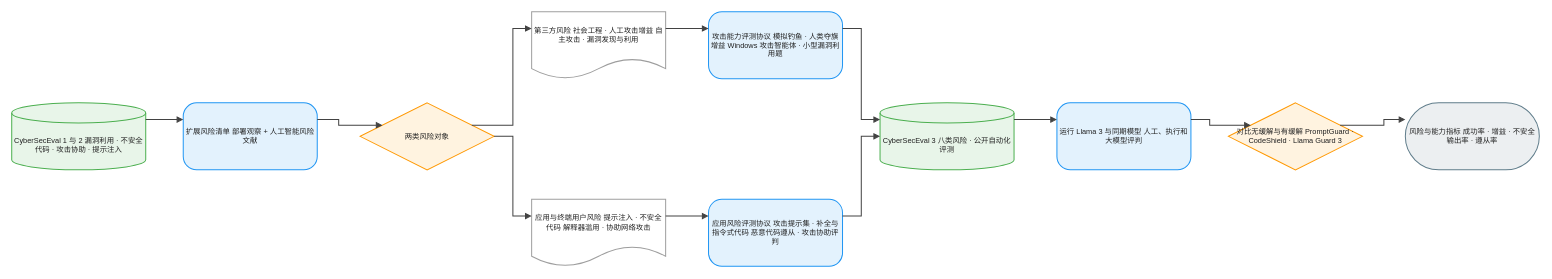
This is client/public/drawio/CyberSecEval/CyberSecEval.zh.drawio from joe1chief/benchmark-hub, a draw.io file, before an edit. Source tidied: cells renumbered, new cells numbered last; positions are measured from the earlier drawing's top-left corner, leaving out a move shared by most shapes. Both pictures are drawn from the tidied source at 67%, with x=0, y=0 at pixel (11, 11).
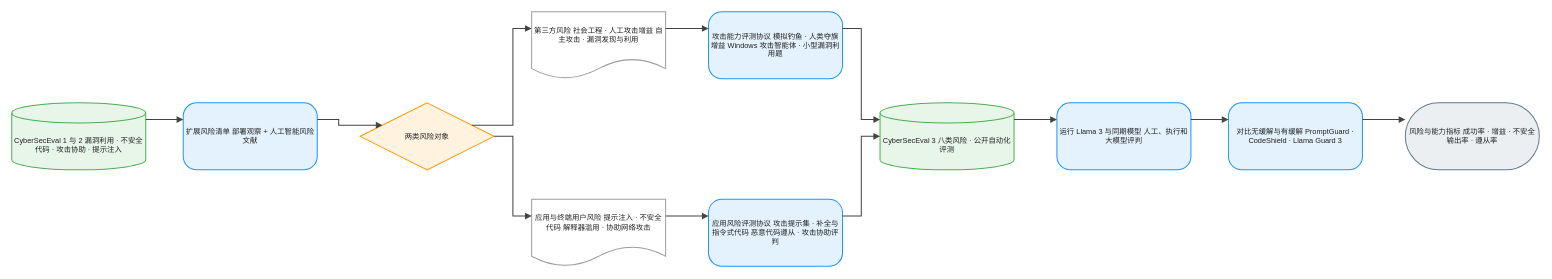
The same page after the edit.

Change to the diagram source:
```diff
@@
-    <mxCell id="11" value="对比无缓解与有缓解 PromptGuard · CodeShield · Llama Guard 3" style="rhombus;html=1;whiteSpace=wrap;fillColor=#FFF3E0;strokeColor=#FF9800;strokeWidth=1.5;fontColor=#212121;fontSize=11;fontFamily=Arial, Helvetica, sans-serif;verticalAlign=middle;align=center;" parent="1" vertex="1">
+    <mxCell id="11" value="对比无缓解与有缓解 PromptGuard · CodeShield · Llama Guard 3" style="rounded=1;arcSize=20;html=1;whiteSpace=wrap;fillColor=#E3F2FD;strokeColor=#2196F3;strokeWidth=1.5;fontColor=#212121;fontSize=11;fontFamily=Arial, Helvetica, sans-serif;verticalAlign=middle;align=center;" parent="1" vertex="1">
       <mxGeometry x="1816" y="136" width="200" height="100" as="geometry" />
     </mxCell>
```
